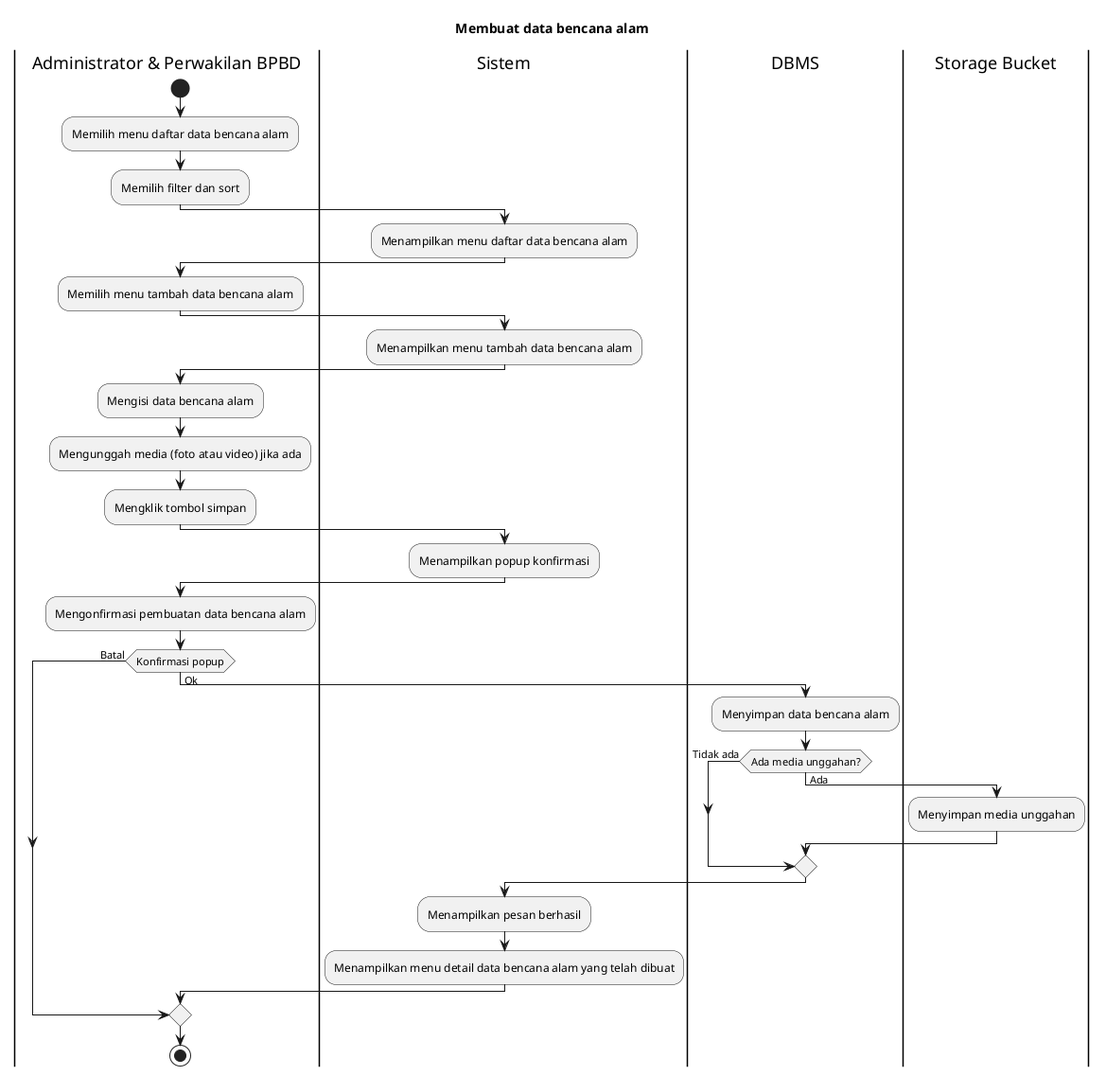
Above: export/Activity Diagrams/UC-MGDISASTER - Manajemen Data Bencana/UC-MGDISASTER-007 - Membuat data bencana alam.png in bagusNA/appl-diagrams (PlantUML), before the change.
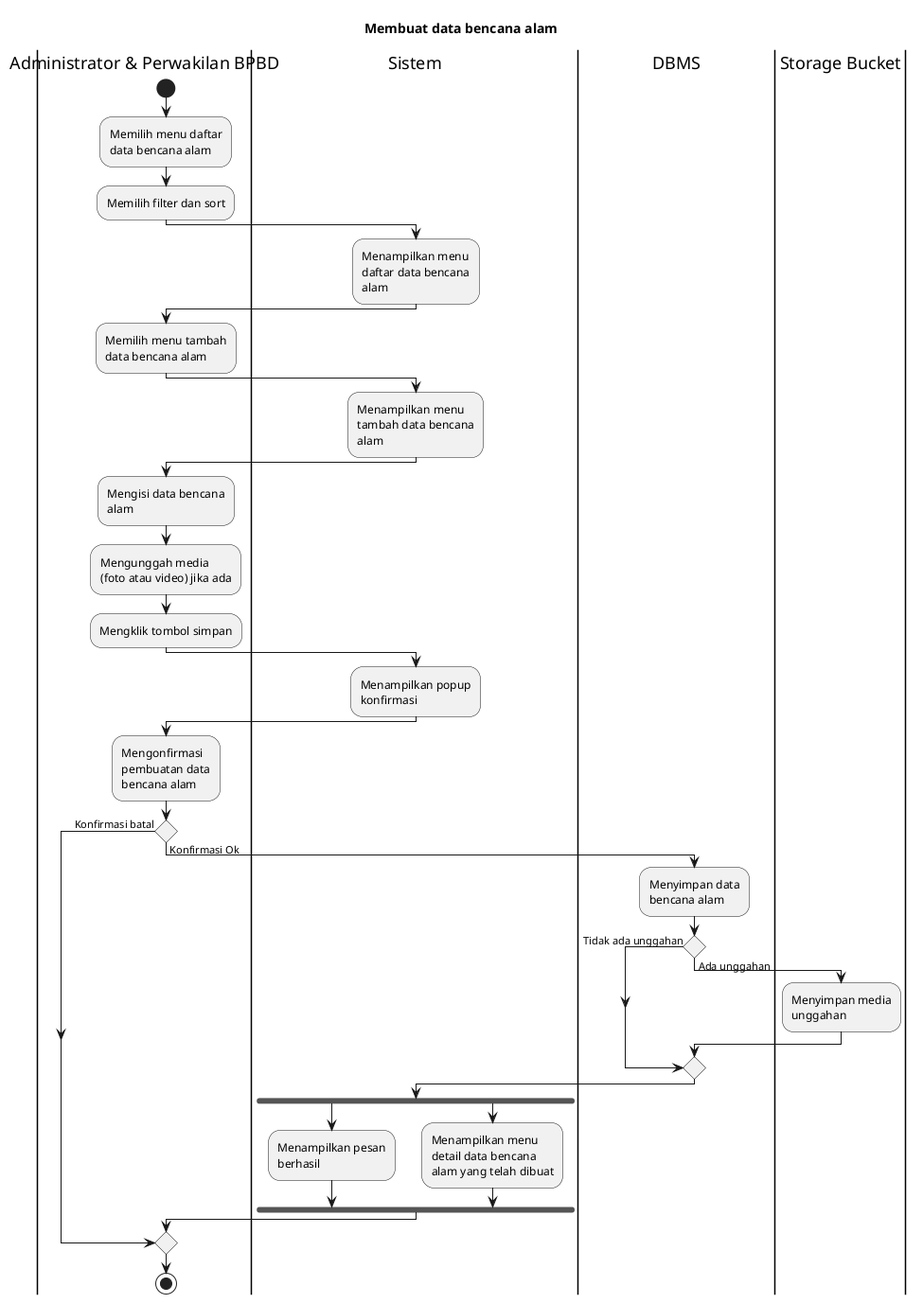
The same file after the commit.

Diff of the diagram source:
```diff
@@ -1,4 +1,6 @@
 @startuml
+skinparam wrapWidth 140
+
 title Membuat data bencana alam
 
 |Administrator & Perwakilan BPBD|
@@ -26,20 +28,23 @@
 |Administrator & Perwakilan BPBD|
 :Mengonfirmasi pembuatan data bencana alam;
 
-if (Konfirmasi popup) then (Batal)
-else (Ok)
+if () then (Konfirmasi batal)
+else (Konfirmasi Ok)
   |DBMS|
   :Menyimpan data bencana alam;
 
-  if (Ada media unggahan?) then (Tidak ada)
-  else (Ada)
+  if () then (Tidak ada unggahan)
+  else (Ada unggahan)
     |Storage Bucket|
     :Menyimpan media unggahan;
   endif
 
   |Sistem|
-  :Menampilkan pesan berhasil;
-  :Menampilkan menu detail data bencana alam yang telah dibuat;
+  fork
+    :Menampilkan pesan berhasil;
+  fork again
+    :Menampilkan menu detail data bencana alam yang telah dibuat;
+  endfork
 endif
 
 |Administrator & Perwakilan BPBD|
```
